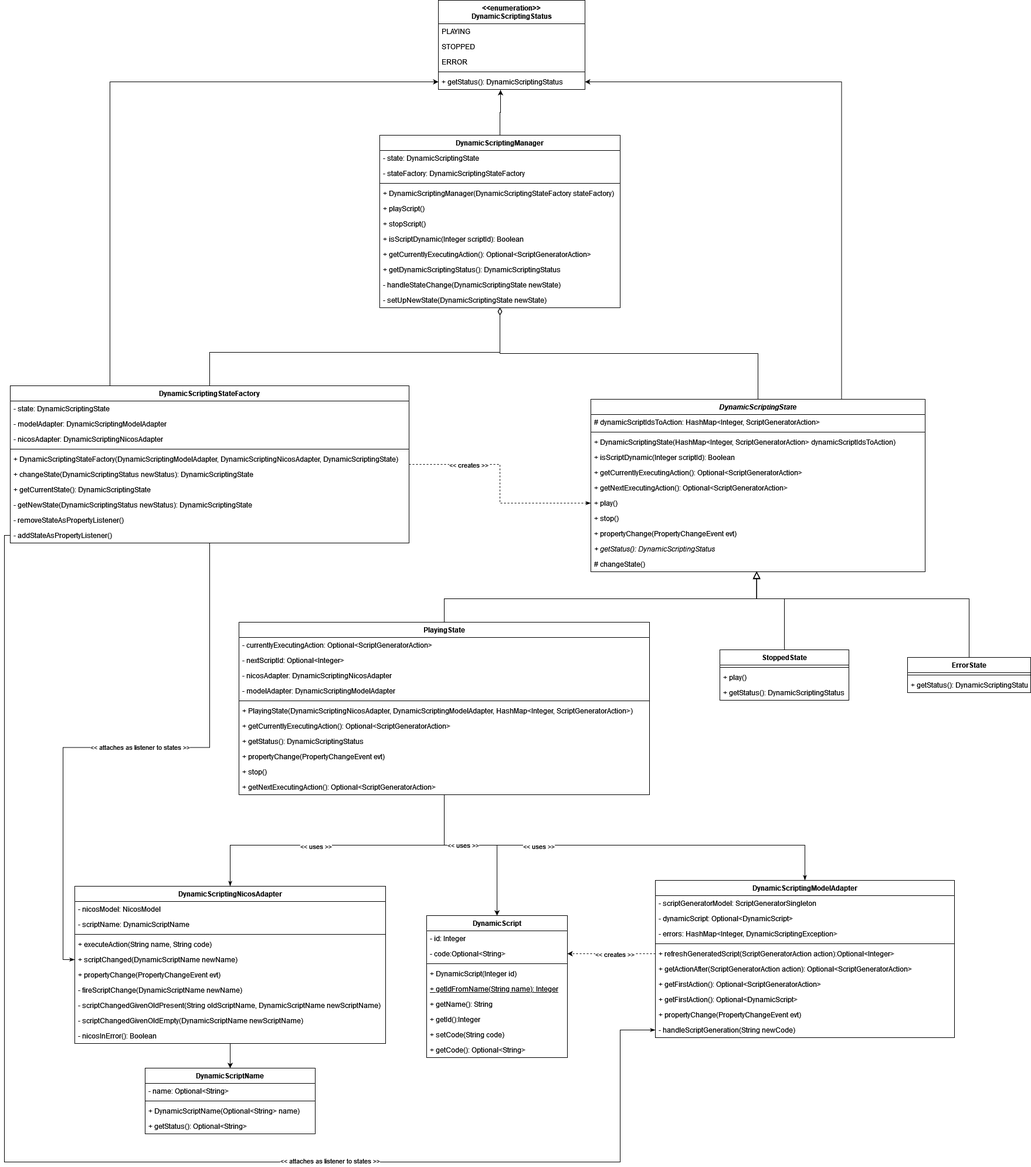
ISISComputingGroup/ibex_developers_manual keeps this draw.io diagram as DynamicScripting.drawio.png. Above is the earlier version. Source tidied: cells renumbered, new cells last; positions are measured from the earlier drawing's top-left corner, leaving out a move shared by most shapes.
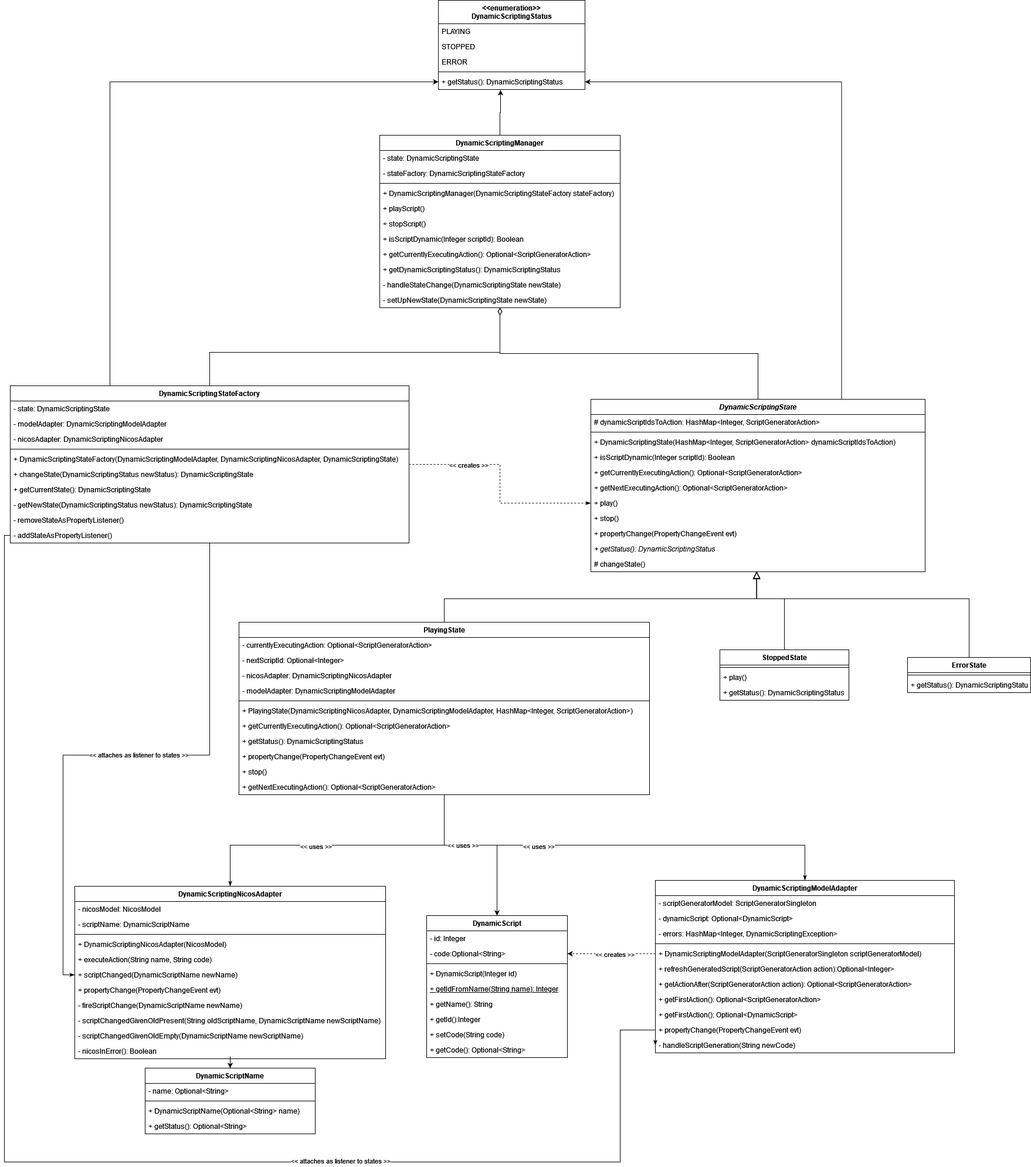
The same diagram one commit later.

Change to the diagram source:
```diff
@@ -86,7 +86,7 @@
       <mxGeometry relative="1" as="geometry" />
     </mxCell>
     <mxCell id="28" value="DynamicScriptingNicosAdapter" style="swimlane;fontStyle=1;align=center;verticalAlign=top;horizontal=1;startSize=26;" parent="1" vertex="1">
-      <mxGeometry x="120" y="1510" width="530" height="268" as="geometry" />
+      <mxGeometry x="120" y="1510" width="530" height="294" as="geometry" />
     </mxCell>
     <mxCell id="29" value="- nicosModel: NicosModel " style="text;strokeColor=none;fillColor=none;align=left;verticalAlign=top;spacingLeft=4;spacingRight=4;overflow=hidden;" parent="28" vertex="1">
       <mxGeometry y="26" width="530" height="26" as="geometry" />
@@ -97,26 +97,29 @@
     <mxCell id="31" style="line;strokeWidth=1;fillColor=none;align=left;verticalAlign=middle;spacingTop=-1;spacingLeft=3;spacingRight=3;labelPosition=right;" parent="28" vertex="1">
       <mxGeometry y="78" width="530" height="8" as="geometry" />
     </mxCell>
-    <mxCell id="32" value="+ executeAction(String name, String code)" style="text;strokeColor=none;fillColor=none;align=left;verticalAlign=top;spacingLeft=4;spacingRight=4;overflow=hidden;" parent="28" vertex="1">
+    <mxCell id="32" value="+ DynamicScriptingNicosAdapter(NicosModel)" style="text;strokeColor=none;fillColor=none;align=left;verticalAlign=top;spacingLeft=4;spacingRight=4;overflow=hidden;" parent="28" vertex="1">
       <mxGeometry y="86" width="530" height="26" as="geometry" />
     </mxCell>
+    <mxCell id="122" value="+ executeAction(String name, String code)" style="text;strokeColor=none;fillColor=none;align=left;verticalAlign=top;spacingLeft=4;spacingRight=4;overflow=hidden;" parent="28" vertex="1">
+      <mxGeometry y="112" width="530" height="26" as="geometry" />
+    </mxCell>
     <mxCell id="33" value="+ scriptChanged(DynamicScriptName newName)" style="text;strokeColor=none;fillColor=none;align=left;verticalAlign=top;spacingLeft=4;spacingRight=4;overflow=hidden;points=[[0,0.5],[1,0.5]];portConstraint=eastwest;" parent="28" vertex="1">
-      <mxGeometry y="112" width="530" height="26" as="geometry" />
+      <mxGeometry y="138" width="530" height="26" as="geometry" />
     </mxCell>
     <mxCell id="34" value="+ propertyChange(PropertyChangeEvent evt)" style="text;strokeColor=none;fillColor=none;align=left;verticalAlign=top;spacingLeft=4;spacingRight=4;overflow=hidden;" parent="28" vertex="1">
-      <mxGeometry y="138" width="530" height="26" as="geometry" />
+      <mxGeometry y="164" width="530" height="26" as="geometry" />
     </mxCell>
     <mxCell id="35" value="- fireScriptChange(DynamicScriptName newName)" style="text;strokeColor=none;fillColor=none;align=left;verticalAlign=top;spacingLeft=4;spacingRight=4;overflow=hidden;" parent="28" vertex="1">
-      <mxGeometry y="164" width="530" height="26" as="geometry" />
+      <mxGeometry y="190" width="530" height="26" as="geometry" />
     </mxCell>
     <mxCell id="36" value="- scriptChangedGivenOldPresent(String oldScriptName, DynamicScriptName newScriptName)" style="text;strokeColor=none;fillColor=none;align=left;verticalAlign=top;spacingLeft=4;spacingRight=4;overflow=hidden;" parent="28" vertex="1">
-      <mxGeometry y="190" width="530" height="26" as="geometry" />
+      <mxGeometry y="216" width="530" height="26" as="geometry" />
     </mxCell>
     <mxCell id="37" value="- scriptChangedGivenOldEmpty(DynamicScriptName newScriptName)" style="text;strokeColor=none;fillColor=none;align=left;verticalAlign=top;spacingLeft=4;spacingRight=4;overflow=hidden;" parent="28" vertex="1">
-      <mxGeometry y="216" width="530" height="26" as="geometry" />
+      <mxGeometry y="242" width="530" height="26" as="geometry" />
     </mxCell>
     <mxCell id="38" value="- nicosInError(): Boolean" style="text;strokeColor=none;fillColor=none;align=left;verticalAlign=top;spacingLeft=4;spacingRight=4;overflow=hidden;" parent="28" vertex="1">
-      <mxGeometry y="242" width="530" height="26" as="geometry" />
+      <mxGeometry y="268" width="530" height="26" as="geometry" />
     </mxCell>
     <mxCell id="39" style="edgeStyle=orthogonalEdgeStyle;rounded=0;jettySize=auto;html=1;exitX=0.75;exitY=0;exitDx=0;exitDy=0;entryX=1;entryY=0.5;entryDx=0;entryDy=0;startArrow=none;startFill=0;endArrow=classic;endFill=1;startSize=6;endSize=6;" parent="1" edge="1" source="40" target="114">
       <mxGeometry relative="1" as="geometry" />
@@ -259,7 +262,7 @@
       <mxGeometry y="268" width="700" height="26" as="geometry" />
     </mxCell>
     <mxCell id="76" value="DynamicScriptingModelAdapter" style="swimlane;fontStyle=1;align=center;verticalAlign=top;horizontal=1;startSize=26;" parent="1" vertex="1">
-      <mxGeometry x="1110" y="1500" width="510" height="268" as="geometry" />
+      <mxGeometry x="1110" y="1500" width="510" height="294" as="geometry" />
     </mxCell>
     <mxCell id="77" value="- scriptGeneratorModel: ScriptGeneratorSingleton" style="text;strokeColor=none;fillColor=none;align=left;verticalAlign=top;spacingLeft=4;spacingRight=4;overflow=hidden;" parent="76" vertex="1">
       <mxGeometry y="26" width="510" height="26" as="geometry" />
@@ -273,23 +276,26 @@
     <mxCell id="80" style="line;strokeWidth=1;fillColor=none;align=left;verticalAlign=middle;spacingTop=-1;spacingLeft=3;spacingRight=3;labelPosition=right;" parent="76" vertex="1">
       <mxGeometry y="104" width="510" height="8" as="geometry" />
     </mxCell>
-    <mxCell id="81" value="+ refreshGeneratedScript(ScriptGeneratorAction action):Optional&lt;Integer&gt;" style="text;strokeColor=none;fillColor=none;align=left;verticalAlign=top;spacingLeft=4;spacingRight=4;overflow=hidden;points=[[0,0.5],[1,0.5]];portConstraint=eastwest;" parent="76" vertex="1">
+    <mxCell id="81" value="+ DynamicScriptingModelAdapter(ScriptGeneratorSingleton scriptGeneratorModel)" style="text;strokeColor=none;fillColor=none;align=left;verticalAlign=top;spacingLeft=4;spacingRight=4;overflow=hidden;points=[[0,0.5],[1,0.5]];portConstraint=eastwest;" parent="76" vertex="1">
       <mxGeometry y="112" width="510" height="26" as="geometry" />
     </mxCell>
+    <mxCell id="123" value="+ refreshGeneratedScript(ScriptGeneratorAction action):Optional&lt;Integer&gt;" style="text;strokeColor=none;fillColor=none;align=left;verticalAlign=top;spacingLeft=4;spacingRight=4;overflow=hidden;" parent="76" vertex="1">
+      <mxGeometry y="138" width="510" height="26" as="geometry" />
+    </mxCell>
     <mxCell id="82" value="+ getActionAfter(ScriptGeneratorAction action): Optional&lt;ScriptGeneratorAction&gt;" style="text;strokeColor=none;fillColor=none;align=left;verticalAlign=top;spacingLeft=4;spacingRight=4;overflow=hidden;" parent="76" vertex="1">
-      <mxGeometry y="138" width="510" height="26" as="geometry" />
+      <mxGeometry y="164" width="510" height="26" as="geometry" />
     </mxCell>
     <mxCell id="83" value="+ getFirstAction(): Optional&lt;ScriptGeneratorAction&gt;" style="text;strokeColor=none;fillColor=none;align=left;verticalAlign=top;spacingLeft=4;spacingRight=4;overflow=hidden;" parent="76" vertex="1">
-      <mxGeometry y="164" width="510" height="26" as="geometry" />
+      <mxGeometry y="190" width="510" height="26" as="geometry" />
     </mxCell>
     <mxCell id="84" value="+ getFirstAction(): Optional&lt;DynamicScript&gt;" style="text;strokeColor=none;fillColor=none;align=left;verticalAlign=top;spacingLeft=4;spacingRight=4;overflow=hidden;" parent="76" vertex="1">
-      <mxGeometry y="190" width="510" height="26" as="geometry" />
+      <mxGeometry y="216" width="510" height="26" as="geometry" />
     </mxCell>
     <mxCell id="85" value="+ propertyChange(PropertyChangeEvent evt)" style="text;strokeColor=none;fillColor=none;align=left;verticalAlign=top;spacingLeft=4;spacingRight=4;overflow=hidden;" parent="76" vertex="1">
-      <mxGeometry y="216" width="510" height="26" as="geometry" />
+      <mxGeometry y="242" width="510" height="26" as="geometry" />
     </mxCell>
     <mxCell id="86" value="- handleScriptGeneration(String newCode)" style="text;strokeColor=none;fillColor=none;align=left;verticalAlign=top;spacingLeft=4;spacingRight=4;overflow=hidden;points=[[0,0.5],[1,0.5]];portConstraint=eastwest;" parent="76" vertex="1">
-      <mxGeometry y="242" width="510" height="26" as="geometry" />
+      <mxGeometry y="268" width="510" height="26" as="geometry" />
     </mxCell>
     <mxCell id="87" style="edgeStyle=orthogonalEdgeStyle;rounded=0;jettySize=auto;html=1;exitX=0.5;exitY=0;exitDx=0;exitDy=0;entryX=0.496;entryY=0.962;entryDx=0;entryDy=0;entryPerimeter=0;endArrow=block;endFill=0;endSize=10;" parent="1" edge="1" source="88" target="51">
       <mxGeometry relative="1" as="geometry">
```
